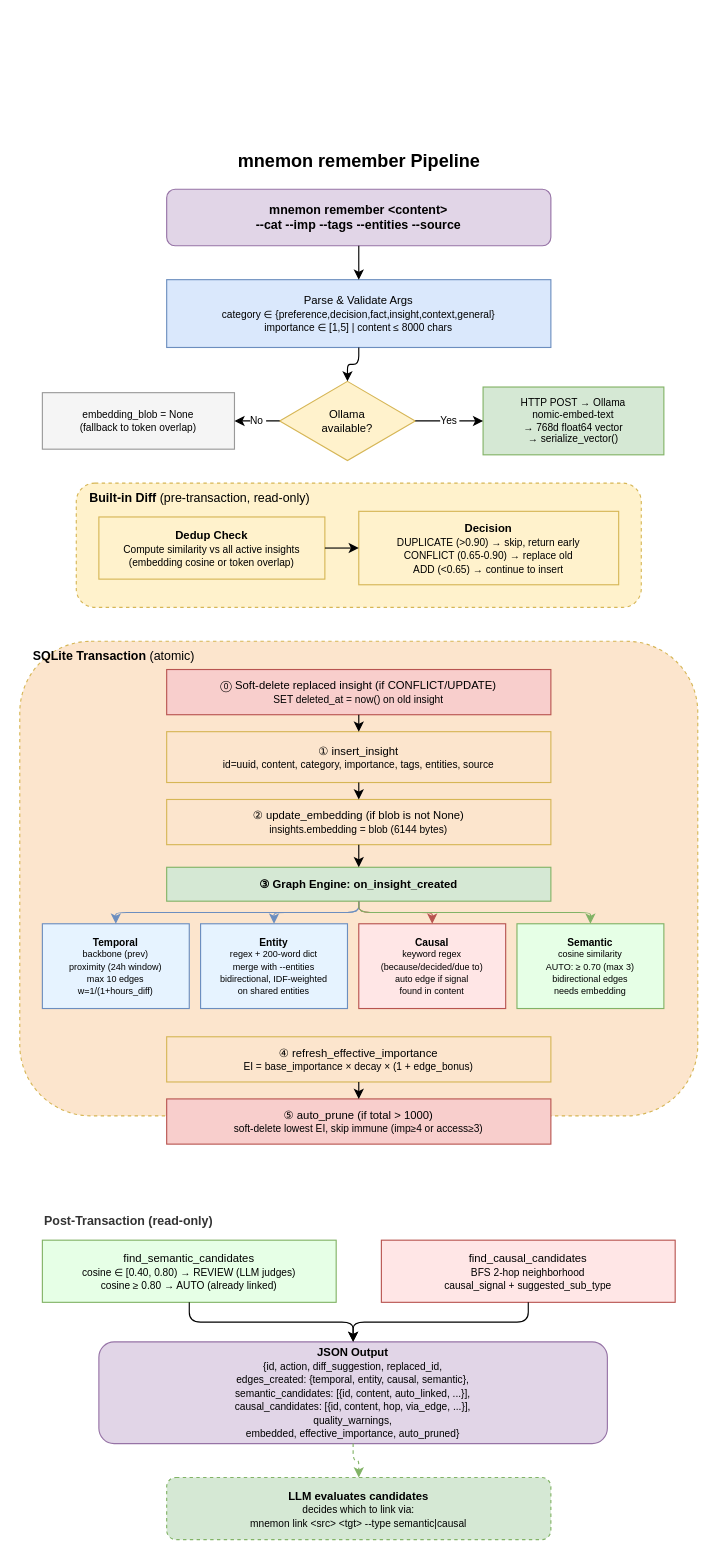
This is docs/diagrams/02-remember-pipeline.drawio from bissli/memman, a draw.io file, before an edit. Source tidied: cells renumbered, new cells numbered last; positions are measured from the earlier drawing's top-left corner, leaving out a move shared by most shapes. Both pictures are drawn from the tidied source at 113%, with x=0, y=0 at pixel (19, 144).
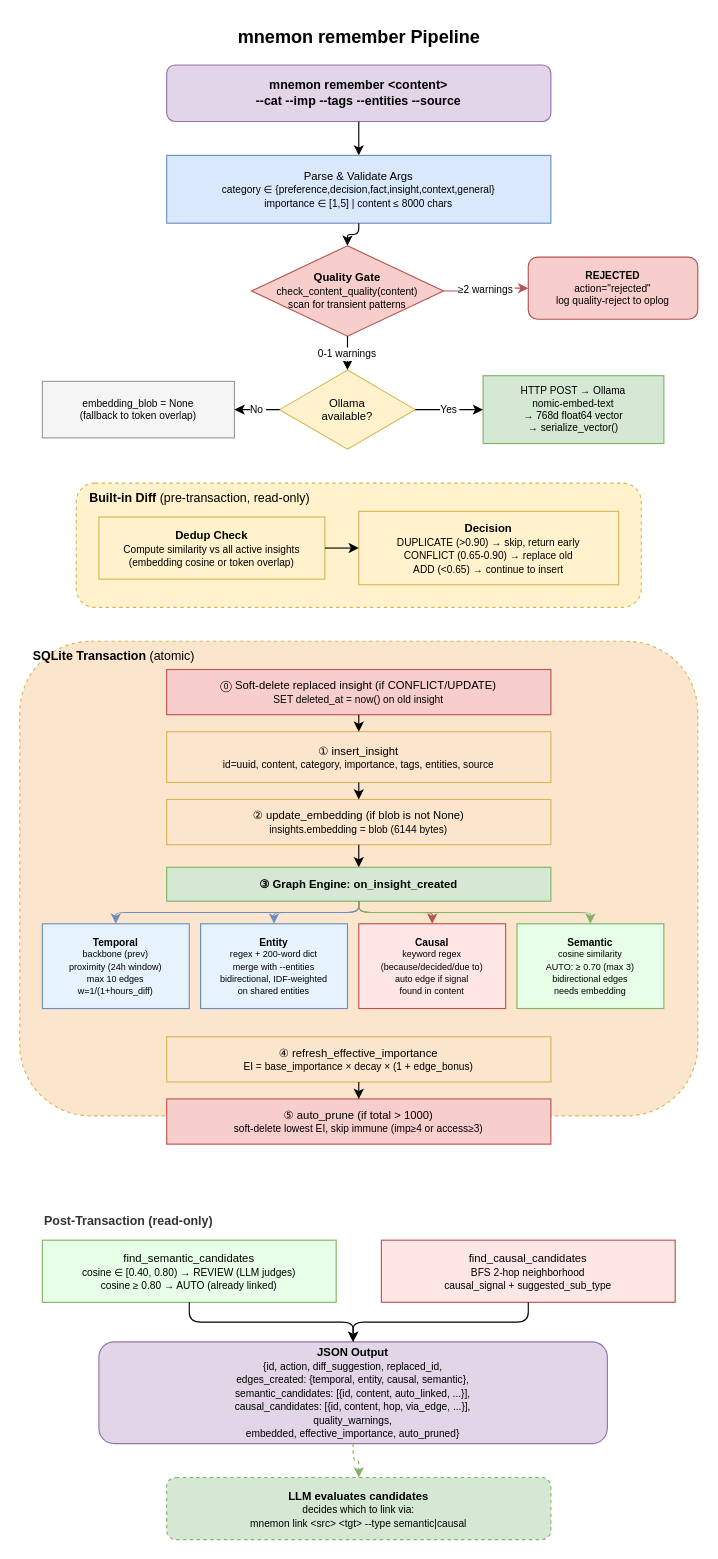
The same page after the edit.

Diff of the diagram source:
```diff
@@
     <mxCell id="2" value="&lt;b&gt;mnemon remember Pipeline&lt;/b&gt;" style="text;html=1;align=center;verticalAlign=middle;fontSize=16;strokeColor=none;fillColor=none;" parent="1" vertex="1">
-      <mxGeometry x="150" width="300" height="30" as="geometry" />
+      <mxGeometry x="150" y="-110" width="300" height="30" as="geometry" />
     </mxCell>
     <mxCell id="3" value="mnemon remember &amp;lt;content&amp;gt;&lt;br&gt;--cat --imp --tags --entities --source" style="rounded=1;whiteSpace=wrap;html=1;fillColor=#e1d5e7;strokeColor=#9673a6;fontSize=11;fontStyle=1;" parent="1" vertex="1">
-      <mxGeometry x="130" y="40" width="340" height="50" as="geometry" />
+      <mxGeometry x="130" y="-70" width="340" height="50" as="geometry" />
     </mxCell>
     <mxCell id="4" value="Parse &amp; Validate Args&lt;br&gt;&lt;font style=&quot;font-size:9px&quot;&gt;category ∈ {preference,decision,fact,insight,context,general}&lt;br&gt;importance ∈ [1,5] | content ≤ 8000 chars&lt;/font&gt;" style="rounded=0;whiteSpace=wrap;html=1;fillColor=#dae8fc;strokeColor=#6c8ebf;fontSize=10;" parent="1" vertex="1">
-      <mxGeometry x="130" y="120" width="340" height="60" as="geometry" />
+      <mxGeometry x="130" y="10" width="340" height="60" as="geometry" />
     </mxCell>
@@
+    <mxCell id="43" value="&lt;b&gt;Quality Gate&lt;/b&gt;&lt;br&gt;&lt;font style=&quot;font-size:9px&quot;&gt;check_content_quality(content)&lt;br&gt;scan for transient patterns&lt;/font&gt;" style="rhombus;whiteSpace=wrap;html=1;fillColor=#f8cecc;strokeColor=#b85450;fontSize=10;" parent="1" vertex="1">
+      <mxGeometry x="205" y="90" width="170" height="80" as="geometry" />
+    </mxCell>
+    <mxCell id="44" style="edgeStyle=orthogonalEdgeStyle;rounded=1;" parent="1" edge="1" source="4" target="43">
+      <mxGeometry relative="1" as="geometry" />
+    </mxCell>
+    <mxCell id="45" value="&lt;b&gt;REJECTED&lt;/b&gt;&lt;br&gt;&lt;font style=&quot;font-size:9px&quot;&gt;action=&quot;rejected&quot;&lt;br&gt;log quality-reject to oplog&lt;/font&gt;" style="rounded=1;whiteSpace=wrap;html=1;fillColor=#f8cecc;strokeColor=#b85450;fontSize=9;" parent="1" vertex="1">
+      <mxGeometry x="450" y="100" width="150" height="55" as="geometry" />
+    </mxCell>
+    <mxCell id="46" value="≥2 warnings" style="edgeStyle=orthogonalEdgeStyle;rounded=1;fontSize=9;strokeColor=#b85450;" parent="1" edge="1" source="43" target="45">
+      <mxGeometry relative="1" as="geometry" />
+    </mxCell>
     <mxCell id="6" value="Ollama&lt;br&gt;available?" style="rhombus;whiteSpace=wrap;html=1;fillColor=#fff2cc;strokeColor=#d6b656;fontSize=10;" parent="1" vertex="1">
-      <mxGeometry x="230" y="210" width="120" height="70" as="geometry" />
+      <mxGeometry x="230" y="200" width="120" height="70" as="geometry" />
     </mxCell>
-    <mxCell id="7" style="edgeStyle=orthogonalEdgeStyle;rounded=1;" parent="1" edge="1" source="4" target="6">
+    <mxCell id="7" value="0-1 warnings" style="edgeStyle=orthogonalEdgeStyle;rounded=1;fontSize=9;" parent="1" edge="1" source="43" target="6">
       <mxGeometry relative="1" as="geometry" />
     </mxCell>
     <mxCell id="8" value="HTTP POST → Ollama&lt;br&gt;nomic-embed-text&lt;br&gt;→ 768d float64 vector&lt;br&gt;→ serialize_vector()" style="rounded=0;whiteSpace=wrap;html=1;fillColor=#d5e8d4;strokeColor=#82b366;fontSize=9;" parent="1" vertex="1">
-      <mxGeometry x="410" y="215" width="160" height="60" as="geometry" />
+      <mxGeometry x="410" y="205" width="160" height="60" as="geometry" />
     </mxCell>
@@
     <mxCell id="10" value="embedding_blob = None&lt;br&gt;(fallback to token overlap)" style="rounded=0;whiteSpace=wrap;html=1;fillColor=#f5f5f5;strokeColor=#999999;fontSize=9;" parent="1" vertex="1">
-      <mxGeometry x="20" y="220" width="170" height="50" as="geometry" />
+      <mxGeometry x="20" y="210" width="170" height="50" as="geometry" />
     </mxCell>
```
